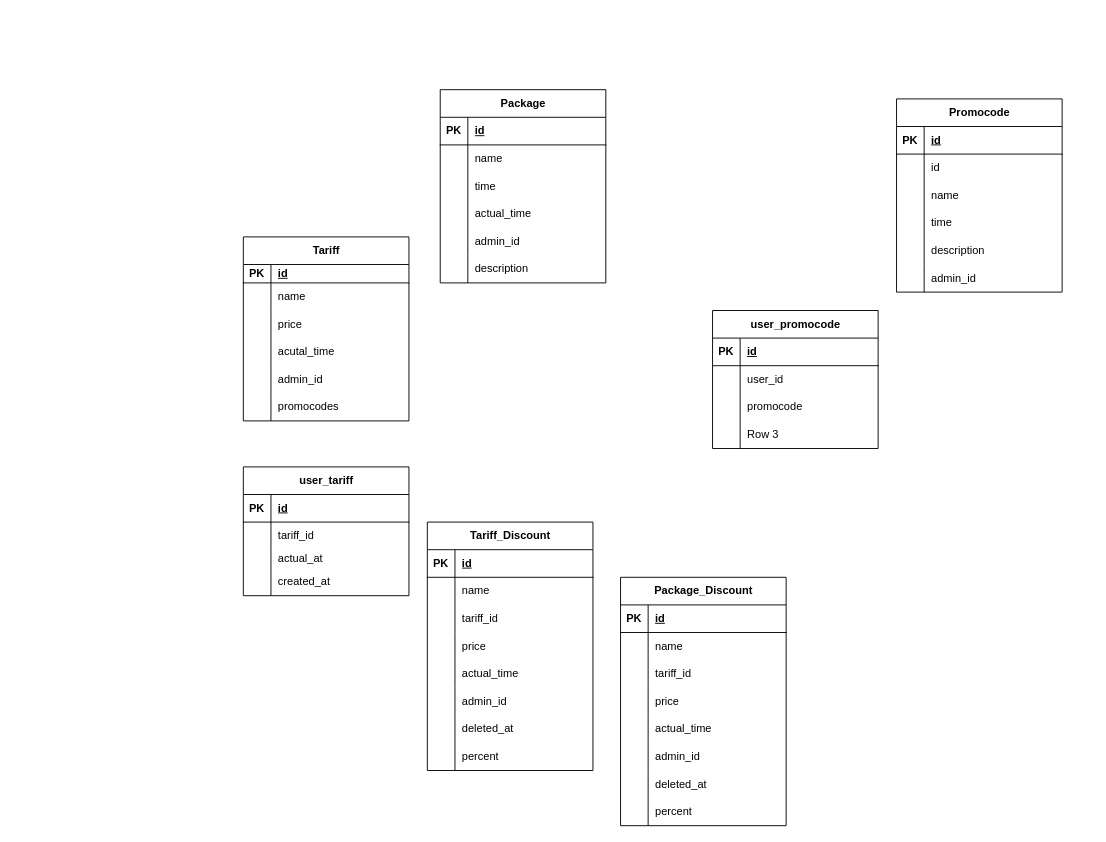
Above: Диаграмма без названия.drawio in Asliddin3/api-gateway (draw.io), before the change. Source tidied: cells renumbered, new cells numbered last; positions are measured from the earlier drawing's top-left corner, leaving out a move shared by most shapes. Both pictures are drawn from the tidied source at 92%, with x=0, y=0 at pixel (243, 89).
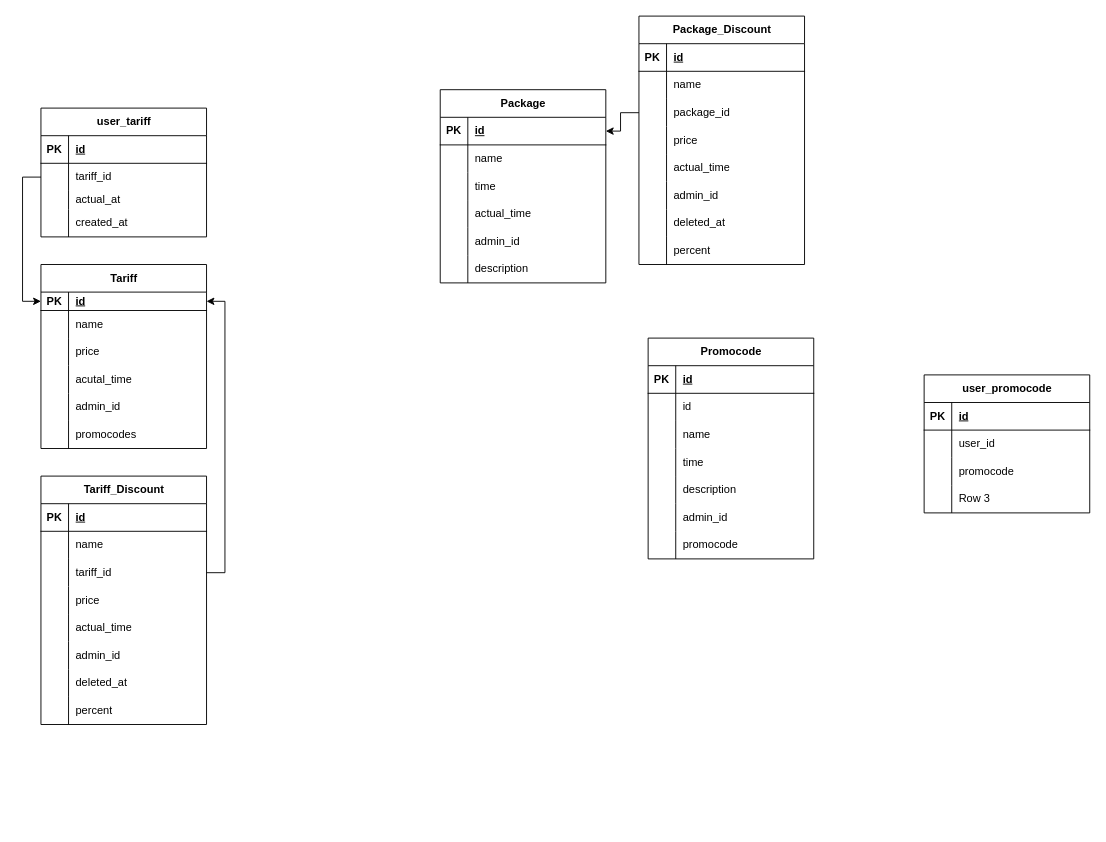
The same page after the edit.

Unchanged cells that the change refers to:
```xml
<mxCell id="3" style="shape=tableRow;horizontal=0;startSize=0;swimlaneHead=0;swimlaneBody=0;fillColor=none;points=[[0,0.5],[1,0.5]];portConstraint=eastwest;top=0;left=0;right=0;bottom=1;" parent="2" vertex="1">
  <mxGeometry y="30" width="180" height="20" as="geometry" />
</mxCell>
<mxCell id="22" style="shape=tableRow;horizontal=0;startSize=0;swimlaneHead=0;swimlaneBody=0;fillColor=none;points=[[0,0.5],[1,0.5]];portConstraint=eastwest;top=0;left=0;right=0;bottom=1;" parent="21" vertex="1">
  <mxGeometry y="30" width="180" height="30" as="geometry" />
</mxCell>
<mxCell id="66" style="shape=tableRow;horizontal=0;startSize=0;swimlaneHead=0;swimlaneBody=0;fillColor=none;points=[[0,0.5],[1,0.5]];portConstraint=eastwest;top=0;left=0;right=0;bottom=0;" parent="59" vertex="1">
  <mxGeometry y="90" width="180" height="30" as="geometry" />
</mxCell>
<mxCell id="88" style="shape=tableRow;horizontal=0;startSize=0;swimlaneHead=0;swimlaneBody=0;fillColor=none;points=[[0,0.5],[1,0.5]];portConstraint=eastwest;top=0;left=0;right=0;bottom=0;" parent="84" vertex="1">
  <mxGeometry y="60" width="180" height="30" as="geometry" />
</mxCell>
<mxCell id="104" style="shape=tableRow;horizontal=0;startSize=0;swimlaneHead=0;swimlaneBody=0;fillColor=none;points=[[0,0.5],[1,0.5]];portConstraint=eastwest;top=0;left=0;right=0;bottom=0;" parent="97" vertex="1">
  <mxGeometry y="90" width="180" height="30" as="geometry" />
</mxCell>
```

What changed in the source:
```diff
@@
     <mxCell id="2" value="Tariff" style="shape=table;startSize=30;childLayout=tableLayout;rowLines=0;fontStyle=1;align=center;html=1;" parent="1" vertex="1">
-      <mxGeometry y="160" width="180" height="200" as="geometry" />
+      <mxGeometry x="-220" y="190" width="180" height="200" as="geometry" />
     </mxCell>
@@
     <mxCell id="40" value="Promocode" style="shape=table;startSize=30;childLayout=tableLayout;rowLines=0;fontStyle=1;align=center;html=1;" parent="1" vertex="1">
-      <mxGeometry x="710" y="10" width="180" height="210" as="geometry" />
+      <mxGeometry x="440" y="270" width="180" height="240" as="geometry" />
     </mxCell>
@@
+    <mxCell id="135" style="shape=tableRow;horizontal=0;startSize=0;swimlaneHead=0;swimlaneBody=0;fillColor=none;top=0;left=0;right=0;bottom=0;" parent="40" vertex="1">
+      <mxGeometry y="210" width="180" height="30" as="geometry" />
+    </mxCell>
+    <mxCell id="136" style="shape=partialRectangle;fillColor=none;top=0;left=0;bottom=0;right=0;overflow=hidden;whiteSpace=wrap;html=1;" parent="135" vertex="1">
+      <mxGeometry width="30" height="30" as="geometry" />
+    </mxCell>
+    <mxCell id="137" value="promocode" style="shape=partialRectangle;fillColor=none;top=0;left=0;bottom=0;right=0;align=left;spacingLeft=6;overflow=hidden;whiteSpace=wrap;html=1;" parent="135" vertex="1">
+      <mxGeometry x="30" width="150" height="30" as="geometry" />
+    </mxCell>
     <mxCell id="59" value="Tariff_Discount" style="shape=table;startSize=30;childLayout=tableLayout;rowLines=0;fontStyle=1;align=center;html=1;" parent="1" vertex="1">
-      <mxGeometry x="200" y="470" width="180" height="270" as="geometry" />
+      <mxGeometry x="-220" y="420" width="180" height="270" as="geometry" />
     </mxCell>
@@
     <mxCell id="84" value="user_tariff" style="shape=table;startSize=30;childLayout=tableLayout;rowLines=0;fontStyle=1;align=center;html=1;" parent="1" vertex="1">
-      <mxGeometry y="410" width="180" height="140" as="geometry" />
+      <mxGeometry x="-220" y="20" width="180" height="140" as="geometry" />
     </mxCell>
@@
     <mxCell id="97" value="Package_Discount" style="shape=table;startSize=30;childLayout=tableLayout;rowLines=0;fontStyle=1;align=center;html=1;" parent="1" vertex="1">
-      <mxGeometry x="410" y="530" width="180" height="270" as="geometry" />
+      <mxGeometry x="430" y="-80" width="180" height="270" as="geometry" />
     </mxCell>
@@
-    <mxCell id="106" value="tariff_id" style="shape=partialRectangle;fillColor=none;top=0;left=0;bottom=0;right=0;align=left;spacingLeft=6;overflow=hidden;whiteSpace=wrap;html=1;" parent="104" vertex="1">
+    <mxCell id="106" value="package_id" style="shape=partialRectangle;fillColor=none;top=0;left=0;bottom=0;right=0;align=left;spacingLeft=6;overflow=hidden;whiteSpace=wrap;html=1;" parent="104" vertex="1">
       <mxGeometry x="30" width="150" height="30" as="geometry" />
     </mxCell>
@@
     <mxCell id="122" value="user_promocode" style="shape=table;startSize=30;childLayout=tableLayout;rowLines=0;fontStyle=1;align=center;html=1;" parent="1" vertex="1">
-      <mxGeometry x="510" y="240" width="180" height="150" as="geometry" />
+      <mxGeometry x="740" y="310" width="180" height="150" as="geometry" />
     </mxCell>
@@
+    <mxCell id="138" style="edgeStyle=orthogonalEdgeStyle;rounded=0;jettySize=auto;html=1;exitX=0;exitY=0.5;exitDx=0;exitDy=0;" parent="1" edge="1" source="104" target="22">
+      <mxGeometry relative="1" as="geometry" />
+    </mxCell>
+    <mxCell id="139" style="edgeStyle=orthogonalEdgeStyle;rounded=0;jettySize=auto;html=1;exitX=0;exitY=0.5;exitDx=0;exitDy=0;entryX=0;entryY=0.5;entryDx=0;entryDy=0;" parent="1" edge="1" source="88" target="3">
+      <mxGeometry relative="1" as="geometry" />
+    </mxCell>
+    <mxCell id="140" style="edgeStyle=orthogonalEdgeStyle;rounded=0;jettySize=auto;html=1;exitX=1;exitY=0.5;exitDx=0;exitDy=0;" parent="1" edge="1" source="66" target="3">
+      <mxGeometry relative="1" as="geometry" />
+    </mxCell>
```
